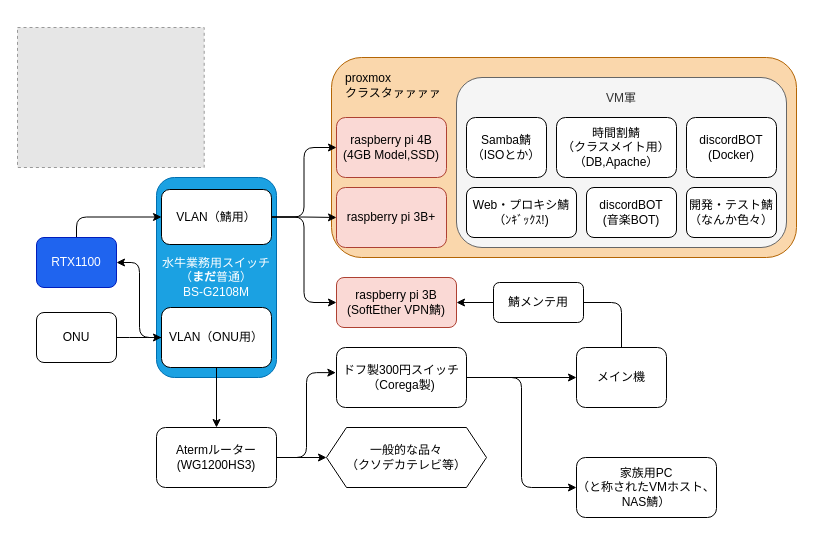
launchpencil/lp-infra keeps this draw.io diagram as editdata.drawio. Above is the earlier version. Source tidied: cells renumbered, new cells numbered last; positions are measured from the earlier drawing's top-left corner, leaving out a move shared by most shapes. Both pictures are drawn from the tidied source at 100%, with x=0, y=0 at pixel (17, 27). Pictures stored in the file or linked from it are replaced by grey dashed boxes.
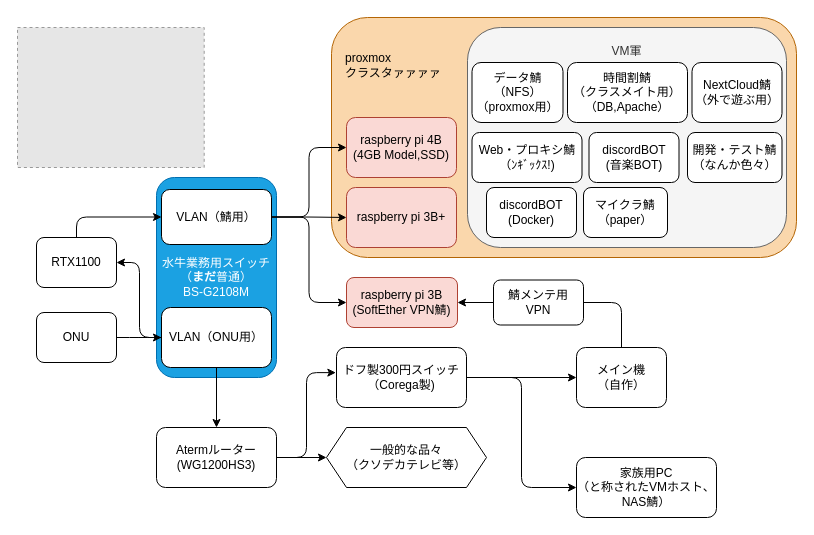
Above is the later version.

The edit, as a diff of the source:
```diff
@@
     <mxCell id="2" value="&lt;blockquote style=&quot;margin: 0 0 0 40px ; border: none ; padding: 0px&quot;&gt;&lt;/blockquote&gt;&lt;font color=&quot;#000000&quot;&gt;&lt;span style=&quot;text-align: center&quot;&gt;&lt;div style=&quot;text-align: justify&quot;&gt;&lt;span&gt;　proxmox&lt;/span&gt;&lt;/div&gt;&lt;/span&gt;&lt;span style=&quot;text-align: center&quot;&gt;&lt;div style=&quot;text-align: justify&quot;&gt;&lt;span&gt;　クラスタァァァァ&lt;/span&gt;&lt;/div&gt;&lt;/span&gt;&lt;/font&gt;&lt;div style=&quot;text-align: justify&quot;&gt;&lt;font color=&quot;#000000&quot;&gt;&lt;br&gt;&lt;/font&gt;&lt;/div&gt;&lt;div style=&quot;text-align: justify&quot;&gt;&lt;font color=&quot;#000000&quot;&gt;&lt;br&gt;&lt;/font&gt;&lt;/div&gt;&lt;div style=&quot;text-align: justify&quot;&gt;&lt;font color=&quot;#000000&quot;&gt;&lt;br&gt;&lt;/font&gt;&lt;/div&gt;&lt;div style=&quot;text-align: justify&quot;&gt;&lt;font color=&quot;#000000&quot;&gt;&lt;br&gt;&lt;/font&gt;&lt;/div&gt;&lt;div style=&quot;text-align: justify&quot;&gt;&lt;font color=&quot;#000000&quot;&gt;&lt;br&gt;&lt;/font&gt;&lt;/div&gt;&lt;div style=&quot;text-align: justify&quot;&gt;&lt;font color=&quot;#000000&quot;&gt;&amp;nbsp;&lt;/font&gt;&lt;/div&gt;&lt;blockquote style=&quot;margin: 0 0 0 40px ; border: none ; padding: 0px&quot;&gt;&lt;/blockquote&gt;&lt;blockquote style=&quot;margin: 0 0 0 40px ; border: none ; padding: 0px&quot;&gt;&lt;/blockquote&gt;&lt;blockquote style=&quot;margin: 0 0 0 40px ; border: none ; padding: 0px&quot;&gt;&lt;/blockquote&gt;&lt;blockquote style=&quot;margin: 0 0 0 40px ; border: none ; padding: 0px&quot;&gt;&lt;/blockquote&gt;&lt;blockquote style=&quot;margin: 0 0 0 40px ; border: none ; padding: 0px&quot;&gt;&lt;/blockquote&gt;&lt;blockquote style=&quot;margin: 0 0 0 40px ; border: none ; padding: 0px&quot;&gt;&lt;/blockquote&gt;&lt;blockquote style=&quot;margin: 0 0 0 40px ; border: none ; padding: 0px&quot;&gt;&lt;/blockquote&gt;&lt;blockquote style=&quot;text-align: center ; margin: 0px 0px 0px 40px ; border: none ; padding: 0px&quot;&gt;&lt;font color=&quot;#000000&quot;&gt;&lt;br&gt;&lt;/font&gt;&lt;/blockquote&gt;&lt;blockquote style=&quot;text-align: center ; margin: 0px 0px 0px 40px ; border: none ; padding: 0px&quot;&gt;&lt;font color=&quot;#000000&quot;&gt;&lt;br&gt;&lt;/font&gt;&lt;/blockquote&gt;&lt;blockquote style=&quot;text-align: center ; margin: 0px 0px 0px 40px ; border: none ; padding: 0px&quot;&gt;&lt;font color=&quot;#000000&quot;&gt;&lt;br&gt;&lt;/font&gt;&lt;/blockquote&gt;&lt;blockquote style=&quot;text-align: center ; margin: 0px 0px 0px 40px ; border: none ; padding: 0px&quot;&gt;&lt;br&gt;&lt;/blockquote&gt;" style="rounded=1;whiteSpace=wrap;html=1;align=left;fillColor=#fad7ac;strokeColor=#b46504;" parent="1" vertex="1">
-      <mxGeometry x="314" y="30" width="465" height="200" as="geometry" />
+      <mxGeometry x="314" y="-10" width="465" height="240" as="geometry" />
     </mxCell>
-    <mxCell id="3" value="VM軍&lt;br&gt;&lt;br&gt;&lt;br&gt;&lt;br&gt;&lt;br&gt;&lt;br&gt;&lt;br&gt;&lt;br&gt;&lt;br&gt;&lt;br&gt;" style="rounded=1;whiteSpace=wrap;html=1;fillColor=#f5f5f5;strokeColor=#666666;fontColor=#333333;" parent="1" vertex="1">
-      <mxGeometry x="439" y="50" width="330" height="170" as="geometry" />
+    <mxCell id="3" value="VM軍&lt;br&gt;&lt;br&gt;&lt;br&gt;&lt;br&gt;&lt;br&gt;&lt;br&gt;&lt;br&gt;&lt;br&gt;&lt;br&gt;&lt;br&gt;&lt;br&gt;&lt;br&gt;&lt;br&gt;" style="rounded=1;whiteSpace=wrap;html=1;fillColor=#f5f5f5;strokeColor=#666666;fontColor=#333333;" parent="1" vertex="1">
+      <mxGeometry x="450" width="319" height="220" as="geometry" />
     </mxCell>
@@
-    <mxCell id="18" value="RTX1100" style="rounded=1;whiteSpace=wrap;html=1;strokeColor=#001DBC;fontColor=#ffffff;fillColor=#1F64EF;" parent="1" vertex="1">
+    <mxCell id="18" value="RTX1100" style="rounded=1;whiteSpace=wrap;html=1;" parent="1" vertex="1">
       <mxGeometry x="19" y="210" width="80" height="50" as="geometry" />
     </mxCell>
@@
-    <mxCell id="24" value="メイン機" style="rounded=1;whiteSpace=wrap;html=1;" parent="1" vertex="1">
+    <mxCell id="24" value="メイン機&lt;br&gt;（自作）" style="rounded=1;whiteSpace=wrap;html=1;" parent="1" vertex="1">
       <mxGeometry x="559" y="320" width="90" height="60" as="geometry" />
     </mxCell>
     <mxCell id="25" value="&lt;font color=&quot;#000000&quot;&gt;raspberry pi 3B&lt;br&gt;(SoftEther VPN鯖)&lt;/font&gt;" style="rounded=1;whiteSpace=wrap;html=1;fillColor=#fad9d5;strokeColor=#ae4132;" parent="1" vertex="1">
-      <mxGeometry x="319" y="250" width="120" height="50" as="geometry" />
+      <mxGeometry x="329" y="250" width="111" height="50" as="geometry" />
     </mxCell>
     <mxCell id="26" value="&lt;font color=&quot;#000000&quot;&gt;raspberry pi 4B&lt;br&gt;(4GB Model,SSD)&lt;/font&gt;" style="rounded=1;whiteSpace=wrap;html=1;fillColor=#fad9d5;strokeColor=#ae4132;" parent="1" vertex="1">
-      <mxGeometry x="319" y="90" width="110" height="60" as="geometry" />
+      <mxGeometry x="329" y="90" width="110" height="60" as="geometry" />
     </mxCell>
     <mxCell id="27" value="&lt;font color=&quot;#000000&quot;&gt;raspberry pi 3B+&lt;/font&gt;" style="rounded=1;whiteSpace=wrap;html=1;fillColor=#fad9d5;strokeColor=#ae4132;" parent="1" vertex="1">
-      <mxGeometry x="319" y="160" width="110" height="60" as="geometry" />
+      <mxGeometry x="329" y="160" width="110" height="60" as="geometry" />
     </mxCell>
     <mxCell id="28" value="discordBOT&lt;br&gt;(音楽BOT)" style="rounded=1;whiteSpace=wrap;html=1;" parent="1" vertex="1">
-      <mxGeometry x="569" y="160" width="90" height="50" as="geometry" />
+      <mxGeometry x="571.5" y="105" width="90" height="50" as="geometry" />
     </mxCell>
     <mxCell id="29" value="Web・プロキシ鯖&lt;br&gt;（ﾝｷﾞｯｸｽ!)" style="rounded=1;whiteSpace=wrap;html=1;" parent="1" vertex="1">
-      <mxGeometry x="449" y="160" width="110" height="50" as="geometry" />
+      <mxGeometry x="454.5" y="105" width="110" height="50" as="geometry" />
     </mxCell>
-    <mxCell id="30" value="Samba鯖&lt;br&gt;（ISOとか）" style="rounded=1;whiteSpace=wrap;html=1;" parent="1" vertex="1">
-      <mxGeometry x="449" y="90" width="80" height="60" as="geometry" />
+    <mxCell id="30" value="データ鯖&lt;br&gt;（NFS）（proxmox用）" style="rounded=1;whiteSpace=wrap;html=1;" parent="1" vertex="1">
+      <mxGeometry x="454.5" y="35" width="91" height="60" as="geometry" />
     </mxCell>
     <mxCell id="31" value="時間割鯖&lt;br&gt;（クラスメイト用）&lt;br&gt;（DB,Apache）" style="rounded=1;whiteSpace=wrap;html=1;" parent="1" vertex="1">
-      <mxGeometry x="539" y="90" width="120" height="60" as="geometry" />
+      <mxGeometry x="550" y="35" width="120" height="60" as="geometry" />
     </mxCell>
     <mxCell id="32" value="discordBOT&lt;br&gt;(Docker)" style="rounded=1;whiteSpace=wrap;html=1;" parent="1" vertex="1">
-      <mxGeometry x="669" y="90" width="90" height="60" as="geometry" />
+      <mxGeometry x="469" y="160" width="90" height="50" as="geometry" />
     </mxCell>
     <mxCell id="33" value="開発・テスト鯖&lt;br&gt;（なんか色々）" style="rounded=1;whiteSpace=wrap;html=1;" parent="1" vertex="1">
-      <mxGeometry x="669" y="160" width="90" height="50" as="geometry" />
+      <mxGeometry x="670" y="105" width="94.5" height="50" as="geometry" />
     </mxCell>
-    <mxCell id="34" value="鯖メンテ用" style="rounded=1;whiteSpace=wrap;html=1;" parent="1" vertex="1">
-      <mxGeometry x="476" y="255" width="90" height="40" as="geometry" />
+    <mxCell id="34" value="鯖メンテ用&lt;br&gt;VPN" style="rounded=1;whiteSpace=wrap;html=1;" parent="1" vertex="1">
+      <mxGeometry x="476" y="252.5" width="90" height="45" as="geometry" />
     </mxCell>
@@
+    <mxCell id="37" value="NextCloud鯖&lt;br&gt;（外で遊ぶ用）" style="rounded=1;whiteSpace=wrap;html=1;" parent="1" vertex="1">
+      <mxGeometry x="674.5" y="35" width="90" height="60" as="geometry" />
+    </mxCell>
+    <mxCell id="38" value="マイクラ鯖&lt;br&gt;（paper）" style="rounded=1;whiteSpace=wrap;html=1;" parent="1" vertex="1">
+      <mxGeometry x="566" y="160" width="84" height="50" as="geometry" />
+    </mxCell>
```
